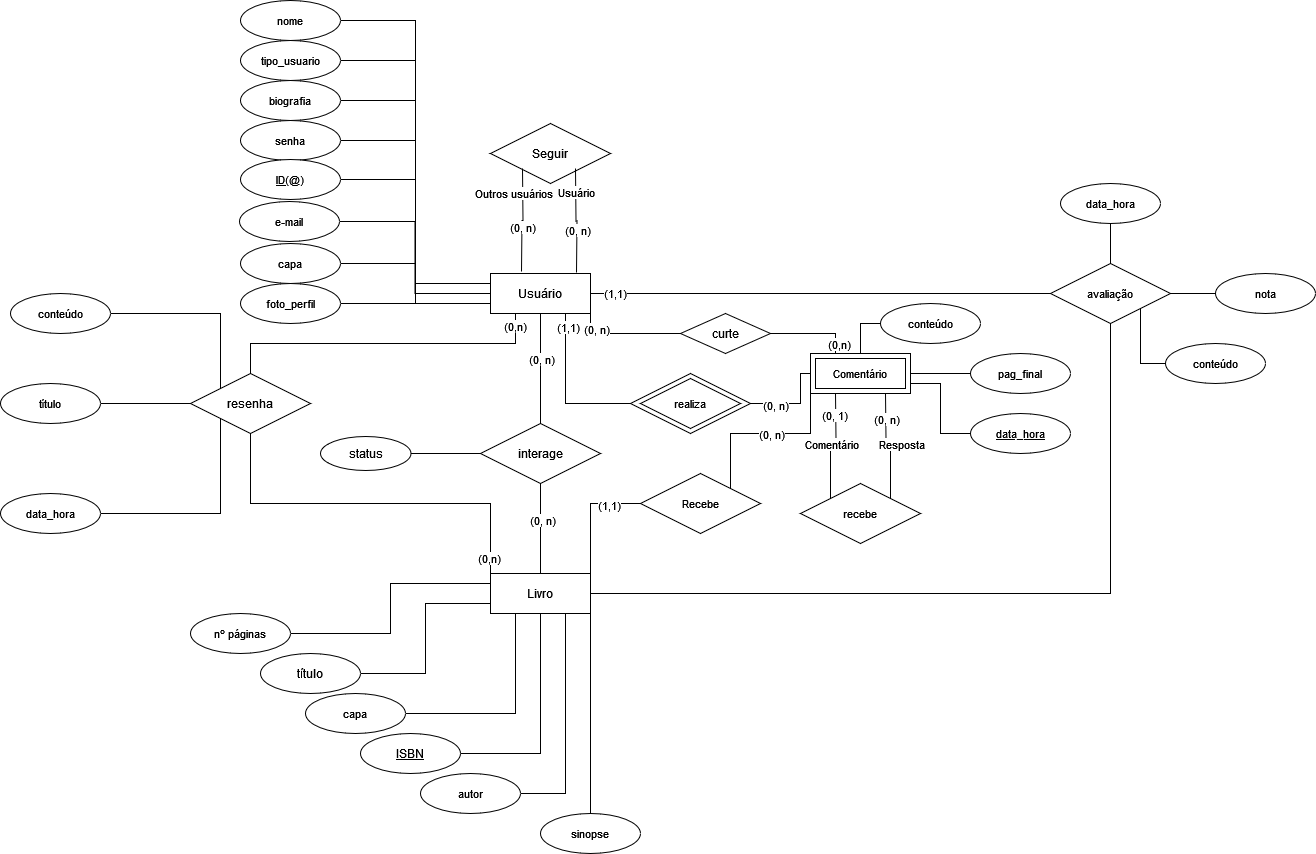
Above: doc/bd/diagrama-er/DERPratiler.drawio.png in tads-cnat/pratiler (draw.io), before the change. Source tidied: cells renumbered, new cells last; positions are measured from the earlier drawing's top-left corner, leaving out a move shared by most shapes.
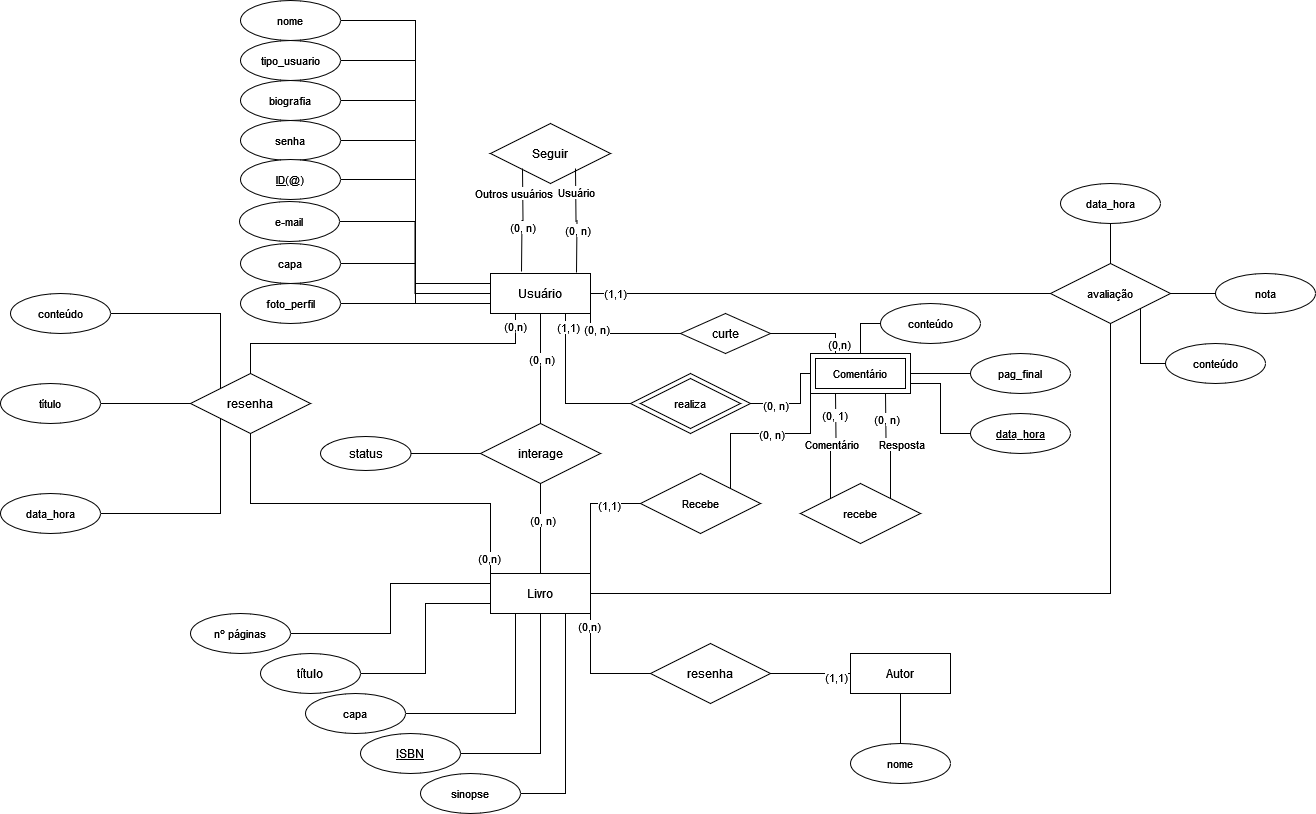
Above is the later version.

Commit message:
entidade autor

What changed in the source:
```diff
@@ -41,9 +41,6 @@
     <mxCell id="14" style="edgeStyle=orthogonalEdgeStyle;shape=connector;rounded=0;jettySize=auto;html=1;exitX=0;exitY=0.75;exitDx=0;exitDy=0;entryX=1;entryY=0.5;entryDx=0;entryDy=0;strokeColor=default;align=center;verticalAlign=middle;fontFamily=Helvetica;fontSize=11;fontColor=default;labelBackgroundColor=default;endArrow=none;endFill=0;" parent="1" edge="1" source="19" target="53">
       <mxGeometry relative="1" as="geometry" />
     </mxCell>
-    <mxCell id="15" style="edgeStyle=orthogonalEdgeStyle;shape=connector;rounded=0;jettySize=auto;html=1;exitX=0.75;exitY=1;exitDx=0;exitDy=0;entryX=1;entryY=0.5;entryDx=0;entryDy=0;strokeColor=default;align=center;verticalAlign=middle;fontFamily=Helvetica;fontSize=11;fontColor=default;labelBackgroundColor=default;endArrow=none;endFill=0;" parent="1" edge="1" source="19" target="73">
-      <mxGeometry relative="1" as="geometry" />
-    </mxCell>
     <mxCell id="16" style="edgeStyle=orthogonalEdgeStyle;shape=connector;rounded=0;jettySize=auto;html=1;exitX=0;exitY=0;exitDx=0;exitDy=0;entryX=0.5;entryY=1;entryDx=0;entryDy=0;strokeColor=default;align=center;verticalAlign=middle;fontFamily=Helvetica;fontSize=11;fontColor=default;labelBackgroundColor=default;endArrow=none;endFill=0;" parent="1" edge="1" source="19" target="95">
       <mxGeometry relative="1" as="geometry" />
     </mxCell>
@@ -53,6 +50,12 @@
     <mxCell id="18" style="edgeStyle=orthogonalEdgeStyle;shape=connector;rounded=0;jettySize=auto;html=1;exitX=1;exitY=0.5;exitDx=0;exitDy=0;strokeColor=default;align=center;verticalAlign=middle;fontFamily=Helvetica;fontSize=11;fontColor=default;labelBackgroundColor=default;endArrow=none;endFill=0;" parent="1" edge="1" source="19" target="45">
       <mxGeometry relative="1" as="geometry" />
     </mxCell>
+    <mxCell id="98" style="edgeStyle=orthogonalEdgeStyle;shape=connector;rounded=0;jettySize=auto;html=1;exitX=1;exitY=1;exitDx=0;exitDy=0;entryX=0;entryY=0.5;entryDx=0;entryDy=0;strokeColor=default;align=center;verticalAlign=middle;fontFamily=Helvetica;fontSize=11;fontColor=default;labelBackgroundColor=default;endArrow=none;endFill=0;" parent="1" edge="1" source="19" target="105">
+      <mxGeometry relative="1" as="geometry" />
+    </mxCell>
+    <mxCell id="99" value="(0,n)" style="edgeLabel;html=1;align=center;verticalAlign=middle;fontFamily=Helvetica;fontSize=11;fontColor=default;labelBackgroundColor=default;" parent="98" vertex="1">
+      <mxGeometry x="-0.8" y="-2" relative="1" as="geometry" />
+    </mxCell>
     <mxCell id="19" value="Livro" style="whiteSpace=wrap;html=1;align=center;" parent="1" vertex="1">
       <mxGeometry x="490" y="573" width="100" height="40" as="geometry" />
     </mxCell>
@@ -247,9 +250,6 @@
     <mxCell id="72" value="capa" style="ellipse;whiteSpace=wrap;html=1;align=center;fontFamily=Helvetica;fontSize=11;fontColor=default;labelBackgroundColor=default;" parent="1" vertex="1">
       <mxGeometry x="240" y="243" width="100" height="40" as="geometry" />
     </mxCell>
-    <mxCell id="73" value="autor" style="ellipse;whiteSpace=wrap;html=1;align=center;fontFamily=Helvetica;fontSize=11;fontColor=default;labelBackgroundColor=default;" parent="1" vertex="1">
-      <mxGeometry x="420" y="773" width="100" height="40" as="geometry" />
-    </mxCell>
     <mxCell id="74" style="edgeStyle=orthogonalEdgeStyle;shape=connector;rounded=0;jettySize=auto;html=1;exitX=1;exitY=0.5;exitDx=0;exitDy=0;entryX=0;entryY=0.75;entryDx=0;entryDy=0;strokeColor=default;align=center;verticalAlign=middle;fontFamily=Helvetica;fontSize=11;fontColor=default;labelBackgroundColor=default;endArrow=none;endFill=0;" parent="1" edge="1" source="75" target="12">
       <mxGeometry relative="1" as="geometry" />
     </mxCell>
@@ -289,12 +289,12 @@
     <mxCell id="86" value="pag_final" style="ellipse;whiteSpace=wrap;html=1;align=center;fontFamily=Helvetica;fontSize=11;fontColor=default;labelBackgroundColor=default;" parent="1" vertex="1">
       <mxGeometry x="970" y="353" width="100" height="40" as="geometry" />
     </mxCell>
+    <mxCell id="88" style="edgeStyle=orthogonalEdgeStyle;shape=connector;rounded=0;jettySize=auto;html=1;exitX=1;exitY=0.5;exitDx=0;exitDy=0;entryX=0.75;entryY=1;entryDx=0;entryDy=0;strokeColor=default;align=center;verticalAlign=middle;fontFamily=Helvetica;fontSize=11;fontColor=default;labelBackgroundColor=default;endArrow=none;endFill=0;" parent="1" edge="1" source="87" target="19">
+      <mxGeometry relative="1" as="geometry" />
+    </mxCell>
     <mxCell id="87" value="&lt;div&gt;sinopse&lt;/div&gt;" style="ellipse;whiteSpace=wrap;html=1;align=center;fontFamily=Helvetica;fontSize=11;fontColor=default;labelBackgroundColor=default;" parent="1" vertex="1">
-      <mxGeometry x="540" y="813" width="100" height="40" as="geometry" />
+      <mxGeometry x="420" y="773" width="100" height="40" as="geometry" />
     </mxCell>
-    <mxCell id="88" style="edgeStyle=orthogonalEdgeStyle;rounded=0;jettySize=auto;html=1;entryX=1;entryY=1;entryDx=0;entryDy=0;endArrow=none;endFill=0;" parent="1" edge="1" source="87" target="19">
-      <mxGeometry relative="1" as="geometry" />
-    </mxCell>
     <mxCell id="89" style="edgeStyle=orthogonalEdgeStyle;shape=connector;rounded=0;jettySize=auto;html=1;exitX=1;exitY=0.5;exitDx=0;exitDy=0;strokeColor=default;align=center;verticalAlign=middle;fontFamily=Helvetica;fontSize=11;fontColor=default;labelBackgroundColor=default;endArrow=none;endFill=0;" parent="1" edge="1" source="90" target="95">
       <mxGeometry relative="1" as="geometry" />
     </mxCell>
@@ -322,5 +322,23 @@
     <mxCell id="97" value="realiza" style="shape=rhombus;perimeter=rhombusPerimeter;whiteSpace=wrap;html=1;align=center;fontFamily=Helvetica;fontSize=11;fontColor=default;labelBackgroundColor=default;" parent="1" vertex="1">
       <mxGeometry x="640" y="378" width="100" height="50" as="geometry" />
     </mxCell>
+    <mxCell id="100" value="&lt;div&gt;Autor&lt;/div&gt;" style="whiteSpace=wrap;html=1;align=center;" parent="1" vertex="1">
+      <mxGeometry x="850" y="653" width="100" height="40" as="geometry" />
+    </mxCell>
+    <mxCell id="101" style="edgeStyle=orthogonalEdgeStyle;shape=connector;rounded=0;jettySize=auto;html=1;exitX=0.5;exitY=0;exitDx=0;exitDy=0;entryX=0.5;entryY=1;entryDx=0;entryDy=0;strokeColor=default;align=center;verticalAlign=middle;fontFamily=Helvetica;fontSize=11;fontColor=default;labelBackgroundColor=default;endArrow=none;endFill=0;" parent="1" edge="1" source="102" target="100">
+      <mxGeometry relative="1" as="geometry" />
+    </mxCell>
+    <mxCell id="102" value="nome" style="ellipse;whiteSpace=wrap;html=1;align=center;fontFamily=Helvetica;fontSize=11;fontColor=default;labelBackgroundColor=default;" parent="1" vertex="1">
+      <mxGeometry x="850" y="743" width="100" height="40" as="geometry" />
+    </mxCell>
+    <mxCell id="103" style="edgeStyle=orthogonalEdgeStyle;shape=connector;rounded=0;jettySize=auto;html=1;exitX=1;exitY=0.5;exitDx=0;exitDy=0;strokeColor=default;align=center;verticalAlign=middle;fontFamily=Helvetica;fontSize=11;fontColor=default;labelBackgroundColor=default;endArrow=none;endFill=0;" parent="1" edge="1" source="105" target="100">
+      <mxGeometry relative="1" as="geometry" />
+    </mxCell>
+    <mxCell id="104" value="(1,1)" style="edgeLabel;html=1;align=center;verticalAlign=middle;fontFamily=Helvetica;fontSize=11;fontColor=default;labelBackgroundColor=default;" parent="103" vertex="1">
+      <mxGeometry x="0.63" y="-3" relative="1" as="geometry" />
+    </mxCell>
+    <mxCell id="105" value="resenha" style="shape=rhombus;perimeter=rhombusPerimeter;whiteSpace=wrap;html=1;align=center;" parent="1" vertex="1">
+      <mxGeometry x="650" y="643" width="120" height="60" as="geometry" />
+    </mxCell>
   </root>
 </mxGraphModel>
```
